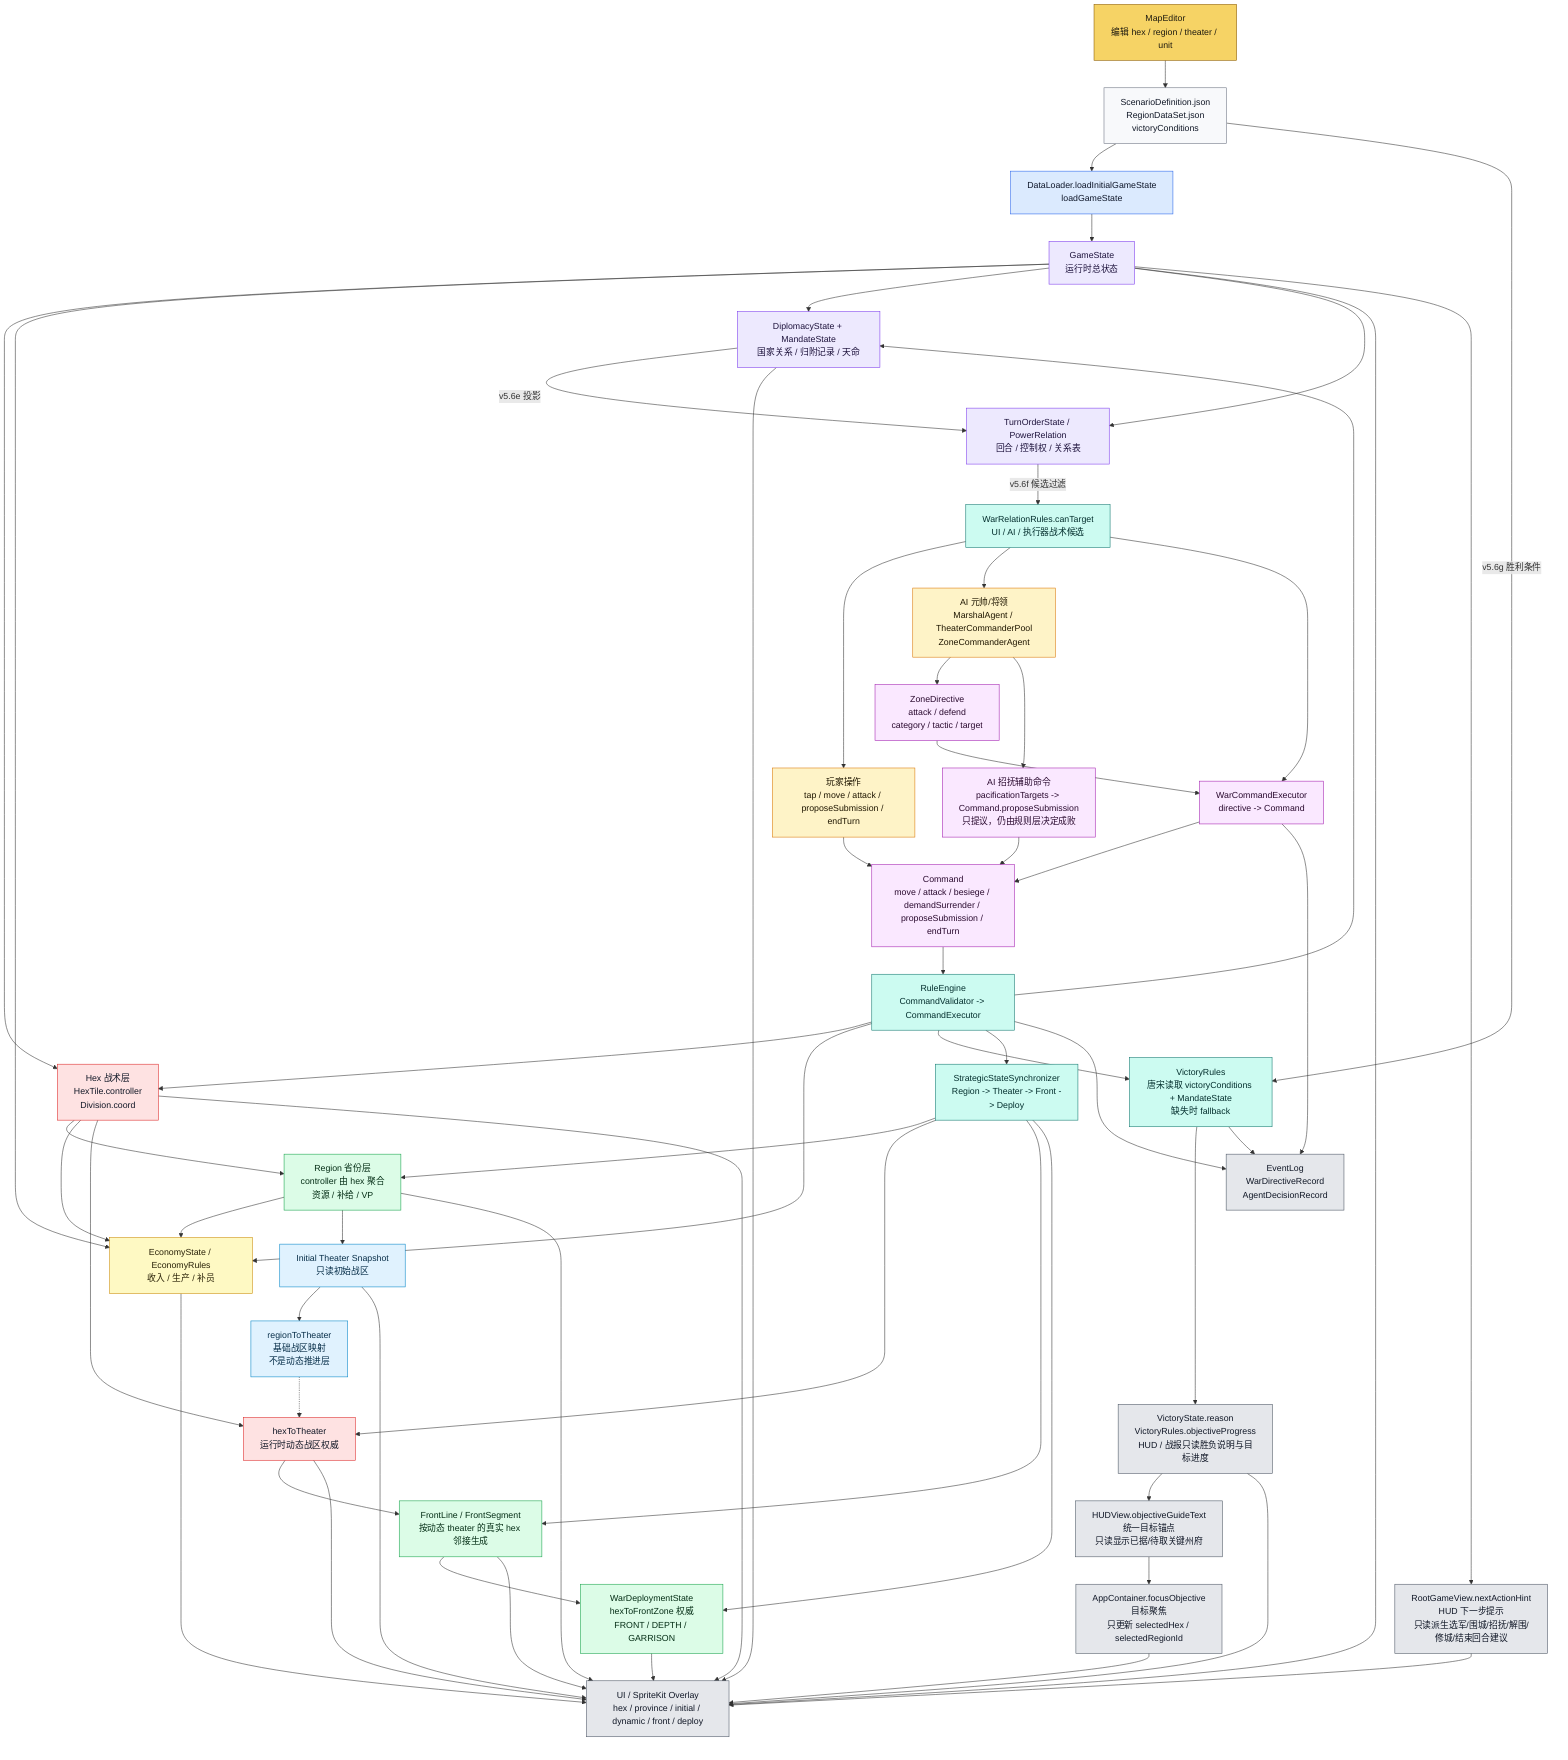
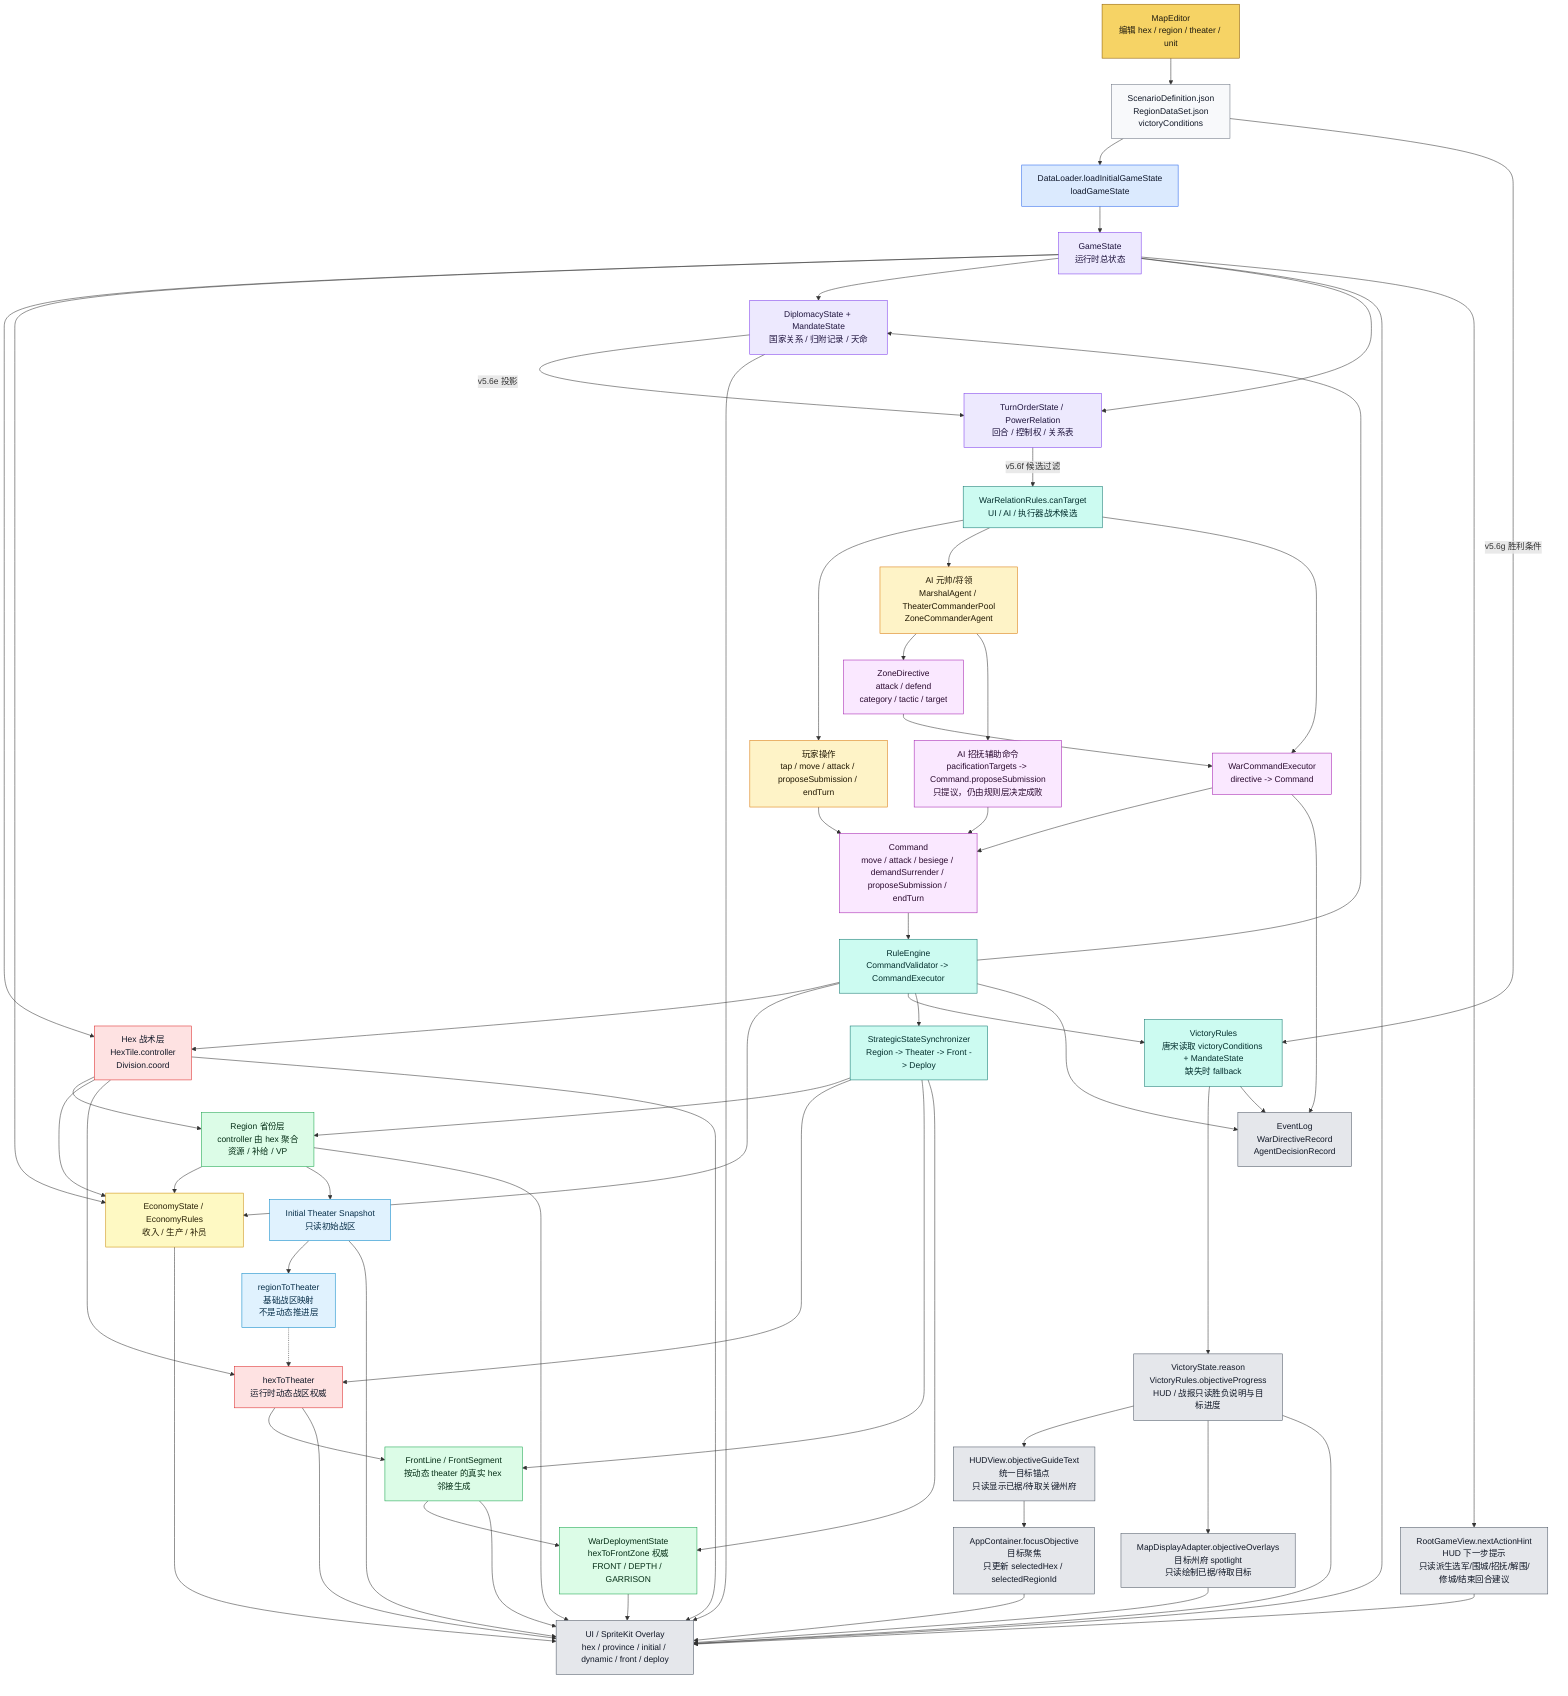
flowchart TD
    ME["MapEditor<br/>编辑 hex / region / theater / unit"]:::editor
    JSON["ScenarioDefinition.json<br/>RegionDataSet.json<br/>victoryConditions"]:::data
    DL["DataLoader.loadInitialGameState<br/>loadGameState"]:::loader
    GS["GameState<br/>运行时总状态"]:::state

    HEX["Hex 战术层<br/>HexTile.controller<br/>Division.coord"]:::authority
    REGION["Region 省份层<br/>controller 由 hex 聚合<br/>资源 / 补给 / VP"]:::derived
    INIT["Initial Theater Snapshot<br/>只读初始战区"]:::snapshot
    R2T["regionToTheater<br/>基础战区映射<br/>不是动态推进层"]:::snapshot
    H2T["hexToTheater<br/>运行时动态战区权威"]:::authority
    FRONT["FrontLine / FrontSegment<br/>按动态 theater 的真实 hex 邻接生成"]:::derived
    DEPLOY["WarDeploymentState<br/>hexToFrontZone 权威<br/>FRONT / DEPTH / GARRISON"]:::derived
    ECO["EconomyState / EconomyRules<br/>收入 / 生产 / 补员"]:::economy
    DIP["DiplomacyState + MandateState<br/>国家关系 / 归附记录 / 天命"]:::state
    TURN["TurnOrderState / PowerRelation<br/>回合 / 控制权 / 关系表"]:::state
    RELCAND["WarRelationRules.canTarget<br/>UI / AI / 执行器战术候选"]:::rules
    VICT["VictoryRules<br/>唐宋读取 victoryConditions + MandateState<br/>缺失时 fallback"]:::rules
    VICTEXT["VictoryState.reason<br/>VictoryRules.objectiveProgress<br/>HUD / 战报只读胜负说明与目标进度"]:::ui
    GOAL["HUDView.objectiveGuideText<br/>统一目标锚点<br/>只读显示已据/待取关键州府"]:::ui
    FOCUS["AppContainer.focusObjective<br/>目标聚焦<br/>只更新 selectedHex / selectedRegionId"]:::ui
+     SPOTLIGHT["MapDisplayAdapter.objectiveOverlays<br/>目标州府 spotlight<br/>只读绘制已据/待取目标"]:::ui
    HINT["RootGameView.nextActionHint<br/>HUD 下一步提示<br/>只读派生选军/围城/招抚/解围/修城/结束回合建议"]:::ui

    PLAYER["玩家操作<br/>tap / move / attack / proposeSubmission / endTurn"]:::input
    AI["AI 元帅/将领<br/>MarshalAgent / TheaterCommanderPool<br/>ZoneCommanderAgent"]:::input
    AIPAC["AI 招抚辅助命令<br/>pacificationTargets -> Command.proposeSubmission<br/>只提议，仍由规则层决定成败"]:::command
    ZD["ZoneDirective<br/>attack / defend<br/>category / tactic / target"]:::command
    WCE["WarCommandExecutor<br/>directive -> Command"]:::command
    CMD["Command<br/>move / attack / besiege / demandSurrender / proposeSubmission / endTurn"]:::command
    RE["RuleEngine<br/>CommandValidator -> CommandExecutor"]:::rules
    SYNC["StrategicStateSynchronizer<br/>Region -> Theater -> Front -> Deploy"]:::rules

    UI["UI / SpriteKit Overlay<br/>hex / province / initial / dynamic / front / deploy"]:::ui
    LOG["EventLog<br/>WarDirectiveRecord<br/>AgentDecisionRecord"]:::ui

    ME --> JSON --> DL --> GS
    GS --> HEX
    HEX --> REGION
    HEX --> ECO
    REGION --> ECO
    REGION --> INIT
    INIT --> R2T
    R2T -.-> H2T
    HEX --> H2T
    H2T --> FRONT --> DEPLOY
    GS --> ECO
    GS --> DIP
    GS --> TURN
    DIP -->|v5.6e 投影| TURN
    TURN -->|v5.6f 候选过滤| RELCAND
    JSON -->|v5.6g 胜利条件| VICT

    PLAYER --> CMD
    RELCAND --> PLAYER
    RELCAND --> AI
    RELCAND --> WCE
    AI --> ZD --> WCE --> CMD
    AI --> AIPAC --> CMD
    CMD --> RE --> HEX
    RE --> ECO
    RE --> DIP
    RE --> VICT
    RE --> SYNC
    SYNC --> REGION
    SYNC --> H2T
    SYNC --> FRONT
    SYNC --> DEPLOY

    GS --> UI
    GS --> HINT --> UI
    VICTEXT --> GOAL --> FOCUS --> UI
+     VICTEXT --> SPOTLIGHT --> UI
    HEX --> UI
    REGION --> UI
    INIT --> UI
    H2T --> UI
    FRONT --> UI
    DEPLOY --> UI
    ECO --> UI
    DIP --> UI
    VICT --> VICTEXT --> UI
    RE --> LOG
    VICT --> LOG
    WCE --> LOG

    classDef editor fill:#f6d365,stroke:#8a5a00,color:#1f1b10
    classDef data fill:#f8f9fb,stroke:#6b7280,color:#111827
    classDef loader fill:#dbeafe,stroke:#2563eb,color:#0f172a
    classDef state fill:#ede9fe,stroke:#7c3aed,color:#1f143d
    classDef authority fill:#fee2e2,stroke:#dc2626,color:#111827
    classDef derived fill:#dcfce7,stroke:#16a34a,color:#052e16
    classDef snapshot fill:#e0f2fe,stroke:#0284c7,color:#082f49
    classDef input fill:#fef3c7,stroke:#d97706,color:#1f1600
    classDef economy fill:#fef9c3,stroke:#ca8a04,color:#292107
    classDef command fill:#fae8ff,stroke:#a21caf,color:#2a0a2f
    classDef rules fill:#ccfbf1,stroke:#0f766e,color:#042f2e
    classDef ui fill:#e5e7eb,stroke:#4b5563,color:#111827
